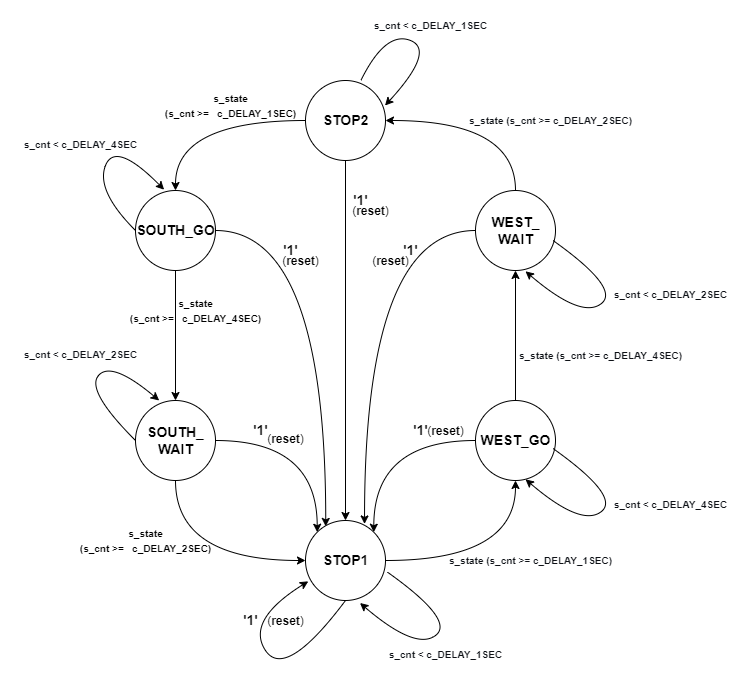
Before: labs/08-traffic_lights/images/diagram.png, a diagram exported from draw.io (Marxs31/digital-electronics-1). Source tidied: cells renumbered, new cells last; positions are measured from the earlier drawing's top-left corner, leaving out a move shared by most shapes.
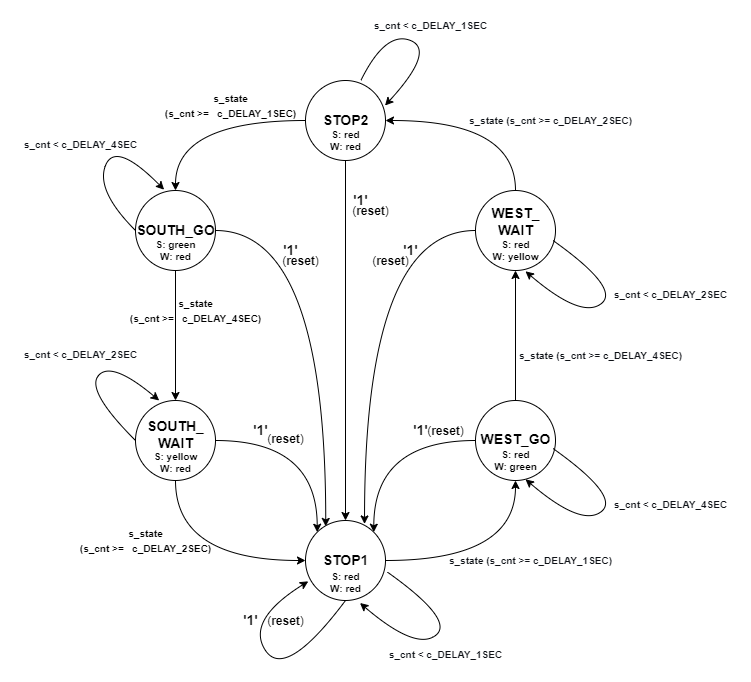
The same file after the commit.

Diff of the diagram source:
```diff
@@ -57,10 +57,10 @@
       <mxGeometry x="315" y="550" width="60" height="20" as="geometry" />
     </mxCell>
     <mxCell id="20" value="&lt;b&gt;WEST_GO&lt;/b&gt;" style="text;html=1;align=center;verticalAlign=middle;strokeColor=none;fillColor=none;fontSize=14;fontFamily=Helvetica;" parent="1" vertex="1">
-      <mxGeometry x="470" y="430" width="90" height="20" as="geometry" />
+      <mxGeometry x="470" y="429" width="90" height="20" as="geometry" />
     </mxCell>
     <mxCell id="21" value="&lt;b&gt;WEST_&lt;br&gt;WAIT&lt;/b&gt;" style="text;html=1;align=center;verticalAlign=middle;strokeColor=none;fillColor=none;fontSize=14;fontFamily=Helvetica;" parent="1" vertex="1">
-      <mxGeometry x="485" y="210" width="60" height="40" as="geometry" />
+      <mxGeometry x="485" y="201" width="60" height="40" as="geometry" />
     </mxCell>
     <mxCell id="22" value="&lt;b&gt;STOP2&lt;/b&gt;" style="text;html=1;align=center;verticalAlign=middle;strokeColor=none;fillColor=none;fontSize=14;fontFamily=Helvetica;" parent="1" vertex="1">
       <mxGeometry x="315" y="110" width="60" height="20" as="geometry" />
@@ -69,7 +69,7 @@
       <mxGeometry x="130" y="220" width="90" height="20" as="geometry" />
     </mxCell>
     <mxCell id="24" value="&lt;b&gt;SOUTH_&lt;br&gt;WAIT&lt;/b&gt;" style="text;html=1;align=center;verticalAlign=middle;strokeColor=none;fillColor=none;fontSize=14;fontFamily=Helvetica;" parent="1" vertex="1">
-      <mxGeometry x="140" y="420" width="70" height="40" as="geometry" />
+      <mxGeometry x="140" y="414" width="70" height="40" as="geometry" />
     </mxCell>
     <mxCell id="25" value="&lt;b&gt;'1'&lt;/b&gt;" style="text;html=1;align=center;verticalAlign=middle;strokeColor=none;fillColor=none;fontSize=14;fontFamily=Helvetica;" parent="1" vertex="1">
       <mxGeometry x="275" y="240" width="30" height="20" as="geometry" />
@@ -204,5 +204,23 @@
     <mxCell id="55" value="&lt;b style=&quot;font-size: 10px&quot;&gt;s_state&lt;br&gt;(s_cnt &amp;gt;=&amp;nbsp; &amp;nbsp;c_DELAY_2SEC)&lt;br&gt;&lt;/b&gt;" style="text;html=1;align=center;verticalAlign=middle;strokeColor=none;fillColor=none;fontSize=12;fontFamily=Helvetica;" parent="1" vertex="1">
       <mxGeometry x="70" y="520" width="150" height="40" as="geometry" />
     </mxCell>
+    <mxCell id="56" value="&lt;b&gt;S: red&lt;br&gt;W: red&lt;/b&gt;" style="text;html=1;align=center;verticalAlign=middle;strokeColor=none;fillColor=none;fontSize=10;fontFamily=Helvetica;" parent="1" vertex="1">
+      <mxGeometry x="320" y="567" width="50" height="30" as="geometry" />
+    </mxCell>
+    <mxCell id="57" value="&lt;b&gt;S: red&lt;br&gt;W: red&lt;/b&gt;" style="text;html=1;align=center;verticalAlign=middle;strokeColor=none;fillColor=none;fontSize=10;fontFamily=Helvetica;" parent="1" vertex="1">
+      <mxGeometry x="320" y="125" width="50" height="30" as="geometry" />
+    </mxCell>
+    <mxCell id="58" value="&lt;b&gt;S: red&lt;br&gt;W: green&lt;/b&gt;" style="text;html=1;align=center;verticalAlign=middle;strokeColor=none;fillColor=none;fontSize=10;fontFamily=Helvetica;" parent="1" vertex="1">
+      <mxGeometry x="485" y="445" width="60" height="30" as="geometry" />
+    </mxCell>
+    <mxCell id="59" value="&lt;b&gt;S: red&lt;br&gt;W: yellow&lt;/b&gt;" style="text;html=1;align=center;verticalAlign=middle;strokeColor=none;fillColor=none;fontSize=10;fontFamily=Helvetica;" parent="1" vertex="1">
+      <mxGeometry x="485" y="235" width="60" height="30" as="geometry" />
+    </mxCell>
+    <mxCell id="60" value="&lt;b&gt;S: green&lt;br&gt;W: red&lt;/b&gt;" style="text;html=1;align=center;verticalAlign=middle;strokeColor=none;fillColor=none;fontSize=10;fontFamily=Helvetica;" parent="1" vertex="1">
+      <mxGeometry x="145" y="235" width="60" height="30" as="geometry" />
+    </mxCell>
+    <mxCell id="61" value="&lt;b&gt;S: yellow&lt;br&gt;W: red&lt;/b&gt;" style="text;html=1;align=center;verticalAlign=middle;strokeColor=none;fillColor=none;fontSize=10;fontFamily=Helvetica;" parent="1" vertex="1">
+      <mxGeometry x="145" y="447" width="60" height="30" as="geometry" />
+    </mxCell>
   </root>
 </mxGraphModel>
```
